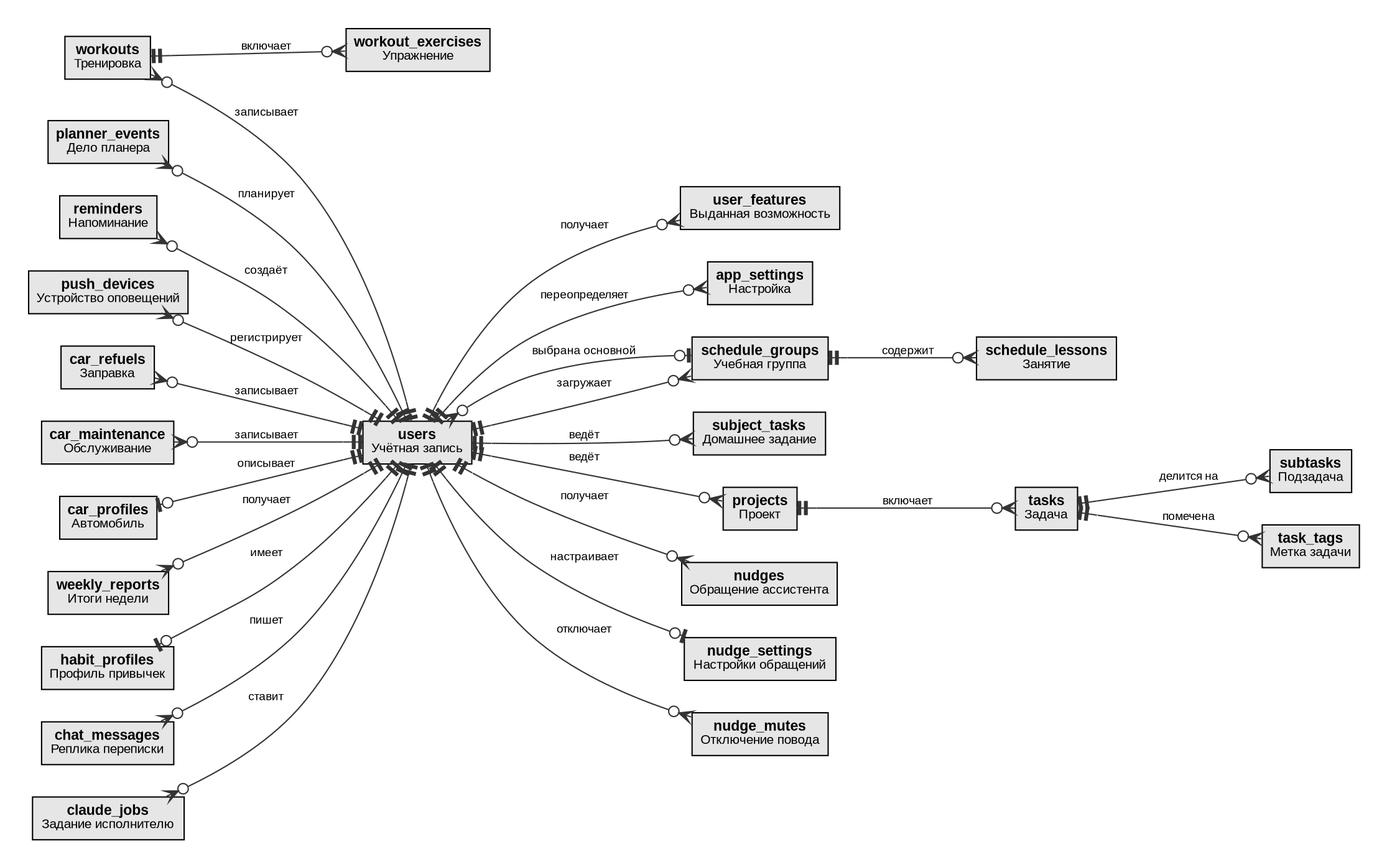
The Graphviz diagram docs/Технический проект/erd/erd_overview.png in r3DBAD/Personal-AI-Assistant-College, before a commit. Its source is kept beside it as docs/Технический проект/erd/erd_overview.dot. Source of this version:
```dot
digraph ERD { graph [rankdir=LR, fontname="Liberation Sans", nodesep=0.35, ranksep=0.9, splines=spline, pad=0.3];
node [shape=plain, fontname="Liberation Sans", fontsize=11];
edge [fontname="Liberation Sans", fontsize=9, dir=both, color="#333333"];
"users" [label=<<TABLE BORDER="0" CELLBORDER="1" CELLSPACING="0" CELLPADDING="5"><TR><TD BGCOLOR="#e6e6e6" COLSPAN="3"><B>users</B><BR/><FONT POINT-SIZE="10">Учётная запись</FONT></TD></TR></TABLE>>];
"user_features" [label=<<TABLE BORDER="0" CELLBORDER="1" CELLSPACING="0" CELLPADDING="5"><TR><TD BGCOLOR="#e6e6e6" COLSPAN="3"><B>user_features</B><BR/><FONT POINT-SIZE="10">Выданная возможность</FONT></TD></TR></TABLE>>];
"app_settings" [label=<<TABLE BORDER="0" CELLBORDER="1" CELLSPACING="0" CELLPADDING="5"><TR><TD BGCOLOR="#e6e6e6" COLSPAN="3"><B>app_settings</B><BR/><FONT POINT-SIZE="10">Настройка</FONT></TD></TR></TABLE>>];
"schedule_groups" [label=<<TABLE BORDER="0" CELLBORDER="1" CELLSPACING="0" CELLPADDING="5"><TR><TD BGCOLOR="#e6e6e6" COLSPAN="3"><B>schedule_groups</B><BR/><FONT POINT-SIZE="10">Учебная группа</FONT></TD></TR></TABLE>>];
"schedule_lessons" [label=<<TABLE BORDER="0" CELLBORDER="1" CELLSPACING="0" CELLPADDING="5"><TR><TD BGCOLOR="#e6e6e6" COLSPAN="3"><B>schedule_lessons</B><BR/><FONT POINT-SIZE="10">Занятие</FONT></TD></TR></TABLE>>];
"subject_tasks" [label=<<TABLE BORDER="0" CELLBORDER="1" CELLSPACING="0" CELLPADDING="5"><TR><TD BGCOLOR="#e6e6e6" COLSPAN="3"><B>subject_tasks</B><BR/><FONT POINT-SIZE="10">Домашнее задание</FONT></TD></TR></TABLE>>];
"projects" [label=<<TABLE BORDER="0" CELLBORDER="1" CELLSPACING="0" CELLPADDING="5"><TR><TD BGCOLOR="#e6e6e6" COLSPAN="3"><B>projects</B><BR/><FONT POINT-SIZE="10">Проект</FONT></TD></TR></TABLE>>];
"tasks" [label=<<TABLE BORDER="0" CELLBORDER="1" CELLSPACING="0" CELLPADDING="5"><TR><TD BGCOLOR="#e6e6e6" COLSPAN="3"><B>tasks</B><BR/><FONT POINT-SIZE="10">Задача</FONT></TD></TR></TABLE>>];
"subtasks" [label=<<TABLE BORDER="0" CELLBORDER="1" CELLSPACING="0" CELLPADDING="5"><TR><TD BGCOLOR="#e6e6e6" COLSPAN="3"><B>subtasks</B><BR/><FONT POINT-SIZE="10">Подзадача</FONT></TD></TR></TABLE>>];
"task_tags" [label=<<TABLE BORDER="0" CELLBORDER="1" CELLSPACING="0" CELLPADDING="5"><TR><TD BGCOLOR="#e6e6e6" COLSPAN="3"><B>task_tags</B><BR/><FONT POINT-SIZE="10">Метка задачи</FONT></TD></TR></TABLE>>];
"planner_events" [label=<<TABLE BORDER="0" CELLBORDER="1" CELLSPACING="0" CELLPADDING="5"><TR><TD BGCOLOR="#e6e6e6" COLSPAN="3"><B>planner_events</B><BR/><FONT POINT-SIZE="10">Дело планера</FONT></TD></TR></TABLE>>];
"reminders" [label=<<TABLE BORDER="0" CELLBORDER="1" CELLSPACING="0" CELLPADDING="5"><TR><TD BGCOLOR="#e6e6e6" COLSPAN="3"><B>reminders</B><BR/><FONT POINT-SIZE="10">Напоминание</FONT></TD></TR></TABLE>>];
"workouts" [label=<<TABLE BORDER="0" CELLBORDER="1" CELLSPACING="0" CELLPADDING="5"><TR><TD BGCOLOR="#e6e6e6" COLSPAN="3"><B>workouts</B><BR/><FONT POINT-SIZE="10">Тренировка</FONT></TD></TR></TABLE>>];
"workout_exercises" [label=<<TABLE BORDER="0" CELLBORDER="1" CELLSPACING="0" CELLPADDING="5"><TR><TD BGCOLOR="#e6e6e6" COLSPAN="3"><B>workout_exercises</B><BR/><FONT POINT-SIZE="10">Упражнение</FONT></TD></TR></TABLE>>];
"car_refuels" [label=<<TABLE BORDER="0" CELLBORDER="1" CELLSPACING="0" CELLPADDING="5"><TR><TD BGCOLOR="#e6e6e6" COLSPAN="3"><B>car_refuels</B><BR/><FONT POINT-SIZE="10">Заправка</FONT></TD></TR></TABLE>>];
"car_maintenance" [label=<<TABLE BORDER="0" CELLBORDER="1" CELLSPACING="0" CELLPADDING="5"><TR><TD BGCOLOR="#e6e6e6" COLSPAN="3"><B>car_maintenance</B><BR/><FONT POINT-SIZE="10">Обслуживание</FONT></TD></TR></TABLE>>];
"car_profiles" [label=<<TABLE BORDER="0" CELLBORDER="1" CELLSPACING="0" CELLPADDING="5"><TR><TD BGCOLOR="#e6e6e6" COLSPAN="3"><B>car_profiles</B><BR/><FONT POINT-SIZE="10">Автомобиль</FONT></TD></TR></TABLE>>];
"weekly_reports" [label=<<TABLE BORDER="0" CELLBORDER="1" CELLSPACING="0" CELLPADDING="5"><TR><TD BGCOLOR="#e6e6e6" COLSPAN="3"><B>weekly_reports</B><BR/><FONT POINT-SIZE="10">Итоги недели</FONT></TD></TR></TABLE>>];
"habit_profiles" [label=<<TABLE BORDER="0" CELLBORDER="1" CELLSPACING="0" CELLPADDING="5"><TR><TD BGCOLOR="#e6e6e6" COLSPAN="3"><B>habit_profiles</B><BR/><FONT POINT-SIZE="10">Профиль привычек</FONT></TD></TR></TABLE>>];
"chat_messages" [label=<<TABLE BORDER="0" CELLBORDER="1" CELLSPACING="0" CELLPADDING="5"><TR><TD BGCOLOR="#e6e6e6" COLSPAN="3"><B>chat_messages</B><BR/><FONT POINT-SIZE="10">Реплика переписки</FONT></TD></TR></TABLE>>];
"nudges" [label=<<TABLE BORDER="0" CELLBORDER="1" CELLSPACING="0" CELLPADDING="5"><TR><TD BGCOLOR="#e6e6e6" COLSPAN="3"><B>nudges</B><BR/><FONT POINT-SIZE="10">Обращение ассистента</FONT></TD></TR></TABLE>>];
"nudge_settings" [label=<<TABLE BORDER="0" CELLBORDER="1" CELLSPACING="0" CELLPADDING="5"><TR><TD BGCOLOR="#e6e6e6" COLSPAN="3"><B>nudge_settings</B><BR/><FONT POINT-SIZE="10">Настройки обращений</FONT></TD></TR></TABLE>>];
"nudge_mutes" [label=<<TABLE BORDER="0" CELLBORDER="1" CELLSPACING="0" CELLPADDING="5"><TR><TD BGCOLOR="#e6e6e6" COLSPAN="3"><B>nudge_mutes</B><BR/><FONT POINT-SIZE="10">Отключение повода</FONT></TD></TR></TABLE>>];
"claude_jobs" [label=<<TABLE BORDER="0" CELLBORDER="1" CELLSPACING="0" CELLPADDING="5"><TR><TD BGCOLOR="#e6e6e6" COLSPAN="3"><B>claude_jobs</B><BR/><FONT POINT-SIZE="10">Задание исполнителю</FONT></TD></TR></TABLE>>];
"push_devices" [label=<<TABLE BORDER="0" CELLBORDER="1" CELLSPACING="0" CELLPADDING="5"><TR><TD BGCOLOR="#e6e6e6" COLSPAN="3"><B>push_devices</B><BR/><FONT POINT-SIZE="10">Устройство оповещений</FONT></TD></TR></TABLE>>];
"users" -> "user_features" [arrowtail=teeteenone, arrowhead=crowodot, label="получает"];
"users" -> "app_settings" [arrowtail=teeteenone, arrowhead=crowodot, label="переопределяет"];
"users" -> "schedule_groups" [arrowtail=teeteenone, arrowhead=crowodot, label="загружает"];
"schedule_groups" -> "schedule_lessons" [arrowtail=teeteenone, arrowhead=crowodot, label="содержит"];
"schedule_groups" -> "users" [arrowtail=teeodot, arrowhead=crowodot, label="выбрана основной"];
"users" -> "subject_tasks" [arrowtail=teeteenone, arrowhead=crowodot, label="ведёт"];
"users" -> "projects" [arrowtail=teeteenone, arrowhead=crowodot, label="ведёт"];
"projects" -> "tasks" [arrowtail=teeteenone, arrowhead=crowodot, label="включает"];
"tasks" -> "subtasks" [arrowtail=teeteenone, arrowhead=crowodot, label="делится на"];
"tasks" -> "task_tags" [arrowtail=teeteenone, arrowhead=crowodot, label="помечена"];
"planner_events" -> "users" [arrowtail=crowodot, arrowhead=teeteenone, label="планирует"];
"reminders" -> "users" [arrowtail=crowodot, arrowhead=teeteenone, label="создаёт"];
"workouts" -> "users" [arrowtail=crowodot, arrowhead=teeteenone, label="записывает"];
"workouts" -> "workout_exercises" [arrowtail=teeteenone, arrowhead=crowodot, label="включает"];
"car_refuels" -> "users" [arrowtail=crowodot, arrowhead=teeteenone, label="записывает"];
"car_maintenance" -> "users" [arrowtail=crowodot, arrowhead=teeteenone, label="записывает"];
"car_profiles" -> "users" [arrowtail=teeodot, arrowhead=teeteenone, label="описывает"];
"weekly_reports" -> "users" [arrowtail=crowodot, arrowhead=teeteenone, label="получает"];
"habit_profiles" -> "users" [arrowtail=teeodot, arrowhead=teeteenone, label="имеет"];
"chat_messages" -> "users" [arrowtail=crowodot, arrowhead=teeteenone, label="пишет"];
"users" -> "nudges" [arrowtail=teeteenone, arrowhead=crowodot, label="получает"];
"users" -> "nudge_settings" [arrowtail=teeteenone, arrowhead=teeodot, label="настраивает"];
"users" -> "nudge_mutes" [arrowtail=teeteenone, arrowhead=crowodot, label="отключает"];
"claude_jobs" -> "users" [arrowtail=crowodot, arrowhead=teeteenone, label="ставит"];
"push_devices" -> "users" [arrowtail=crowodot, arrowhead=teeteenone, label="регистрирует"];
}
```
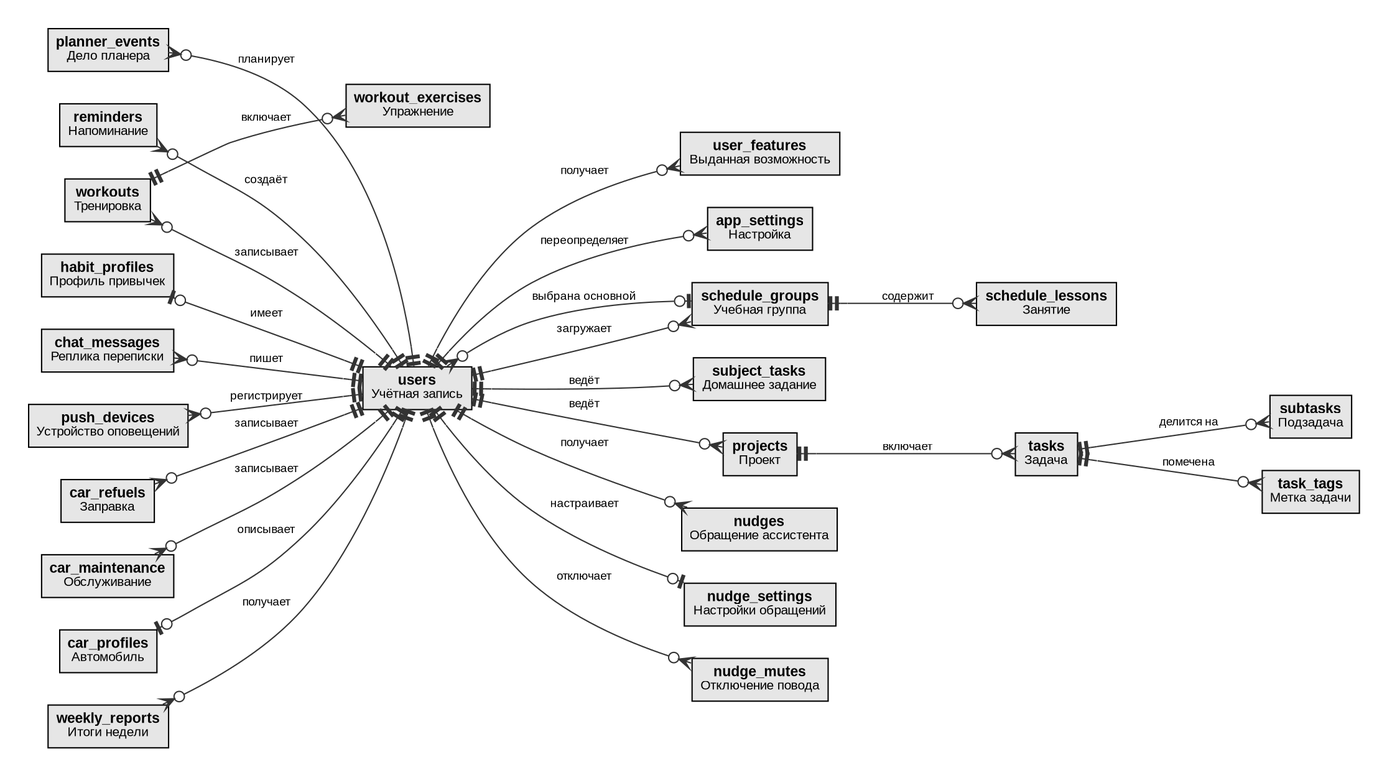
The same diagram one commit later.

What changed in the source:
```diff
@@ -24,7 +24,6 @@
 "nudges" [label=<<TABLE BORDER="0" CELLBORDER="1" CELLSPACING="0" CELLPADDING="5"><TR><TD BGCOLOR="#e6e6e6" COLSPAN="3"><B>nudges</B><BR/><FONT POINT-SIZE="10">Обращение ассистента</FONT></TD></TR></TABLE>>];
 "nudge_settings" [label=<<TABLE BORDER="0" CELLBORDER="1" CELLSPACING="0" CELLPADDING="5"><TR><TD BGCOLOR="#e6e6e6" COLSPAN="3"><B>nudge_settings</B><BR/><FONT POINT-SIZE="10">Настройки обращений</FONT></TD></TR></TABLE>>];
 "nudge_mutes" [label=<<TABLE BORDER="0" CELLBORDER="1" CELLSPACING="0" CELLPADDING="5"><TR><TD BGCOLOR="#e6e6e6" COLSPAN="3"><B>nudge_mutes</B><BR/><FONT POINT-SIZE="10">Отключение повода</FONT></TD></TR></TABLE>>];
-"claude_jobs" [label=<<TABLE BORDER="0" CELLBORDER="1" CELLSPACING="0" CELLPADDING="5"><TR><TD BGCOLOR="#e6e6e6" COLSPAN="3"><B>claude_jobs</B><BR/><FONT POINT-SIZE="10">Задание исполнителю</FONT></TD></TR></TABLE>>];
 "push_devices" [label=<<TABLE BORDER="0" CELLBORDER="1" CELLSPACING="0" CELLPADDING="5"><TR><TD BGCOLOR="#e6e6e6" COLSPAN="3"><B>push_devices</B><BR/><FONT POINT-SIZE="10">Устройство оповещений</FONT></TD></TR></TABLE>>];
 "users" -> "user_features" [arrowtail=teeteenone, arrowhead=crowodot, label="получает"];
 "users" -> "app_settings" [arrowtail=teeteenone, arrowhead=crowodot, label="переопределяет"];
@@ -49,6 +48,5 @@
 "users" -> "nudges" [arrowtail=teeteenone, arrowhead=crowodot, label="получает"];
 "users" -> "nudge_settings" [arrowtail=teeteenone, arrowhead=teeodot, label="настраивает"];
 "users" -> "nudge_mutes" [arrowtail=teeteenone, arrowhead=crowodot, label="отключает"];
-"claude_jobs" -> "users" [arrowtail=crowodot, arrowhead=teeteenone, label="ставит"];
 "push_devices" -> "users" [arrowtail=crowodot, arrowhead=teeteenone, label="регистрирует"];
 }
```
